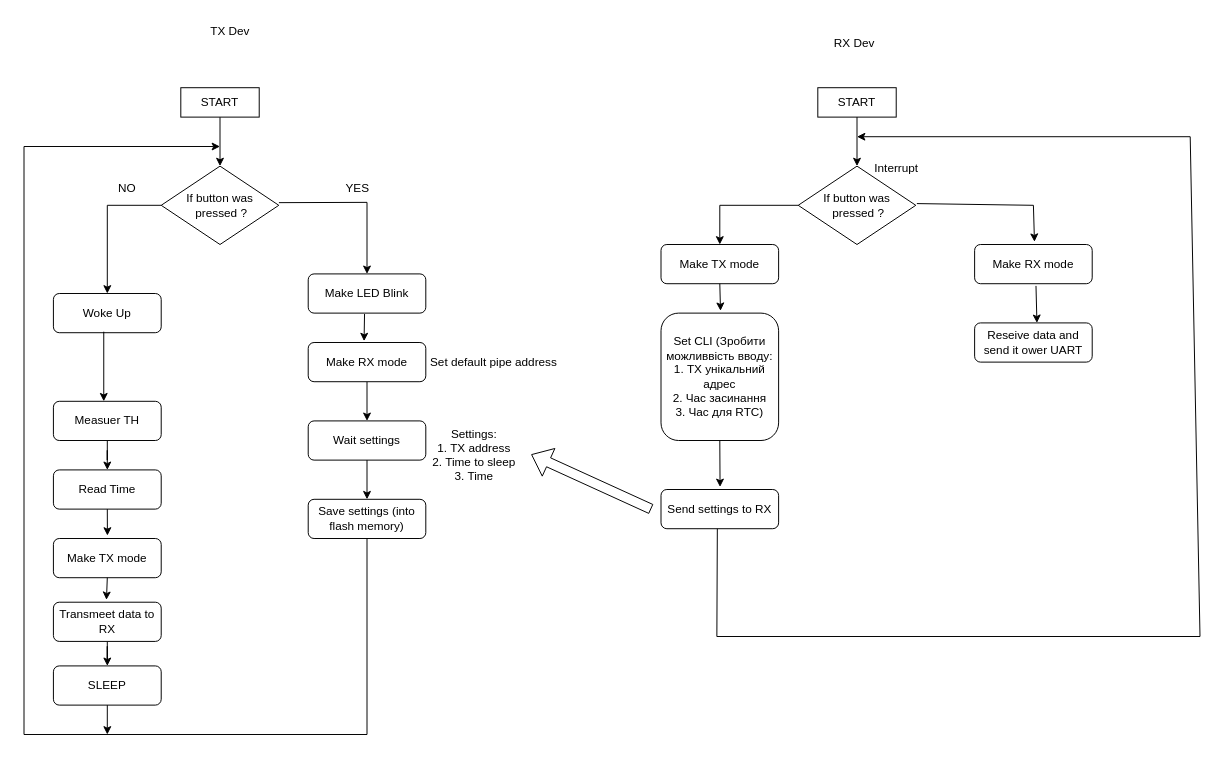
OlegDemk/stm32F401CCU_NTF24L01_RX_TX_Sleep keeps this draw.io diagram as Diagram.drawio. Above is the earlier version. Source tidied: cells renumbered, new cells numbered last; positions are measured from the earlier drawing's top-left corner, leaving out a move shared by most shapes. Both pictures are drawn from the tidied source at 98%, with x=0, y=0 at pixel (24, 17).
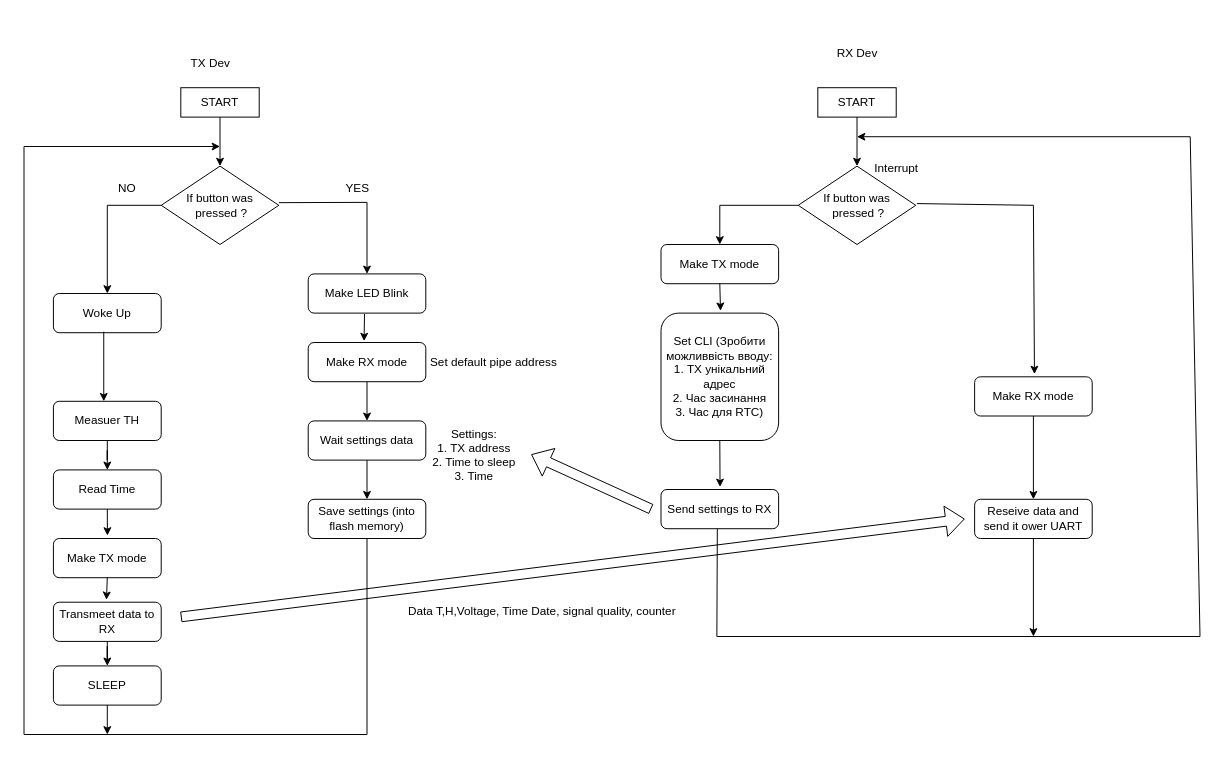
The same diagram, later.

Change to the diagram source:
```diff
@@
-    <mxCell id="9" value="Wait settings" style="rounded=1;whiteSpace=wrap;html=1;" parent="1" vertex="1">
+    <mxCell id="9" value="Wait settings data" style="rounded=1;whiteSpace=wrap;html=1;" parent="1" vertex="1">
       <mxGeometry x="290" y="412" width="120" height="40" as="geometry" />
     </mxCell>
@@
     <mxCell id="21" value="TX Dev" style="text;html=1;align=center;verticalAlign=middle;strokeColor=none;fillColor=none;" parent="1" vertex="1">
-      <mxGeometry x="180" width="60" height="30" as="geometry" />
+      <mxGeometry x="160" y="32" width="60" height="30" as="geometry" />
     </mxCell>
     <mxCell id="22" value="RX Dev" style="text;html=1;align=center;verticalAlign=middle;strokeColor=none;fillColor=none;" parent="1" vertex="1">
-      <mxGeometry x="817" y="12" width="60" height="30" as="geometry" />
+      <mxGeometry x="820" y="22" width="60" height="30" as="geometry" />
     </mxCell>
@@
     <mxCell id="36" value="Make RX mode" style="rounded=1;whiteSpace=wrap;html=1;" parent="1" vertex="1">
-      <mxGeometry x="970" y="232" width="120" height="40" as="geometry" />
+      <mxGeometry x="970" y="367" width="120" height="40" as="geometry" />
     </mxCell>
@@
     <mxCell id="38" value="Reseive data and send it ower UART" style="rounded=1;whiteSpace=wrap;html=1;" parent="1" vertex="1">
-      <mxGeometry x="970" y="312" width="120" height="40" as="geometry" />
+      <mxGeometry x="970" y="492" width="120" height="40" as="geometry" />
     </mxCell>
-    <mxCell id="39" style="endArrow=classic;html=1;rounded=0;entryX=0.53;entryY=0;entryDx=0;entryDy=0;entryPerimeter=0;exitX=0.522;exitY=1.056;exitDx=0;exitDy=0;exitPerimeter=0;" parent="1" edge="1" source="36" target="38">
-      <mxGeometry relative="1" as="geometry" />
-    </mxCell>
@@
+    <mxCell id="49" style="endArrow=classic;html=1;rounded=0;exitX=0.5;exitY=1;exitDx=0;exitDy=0;" parent="1" edge="1" source="38">
+      <mxGeometry relative="1" as="geometry">
+        <mxPoint x="1030" y="632" as="targetPoint" />
+      </mxGeometry>
+    </mxCell>
+    <mxCell id="39" style="endArrow=classic;html=1;rounded=0;exitX=0.5;exitY=1;exitDx=0;exitDy=0;entryX=0.5;entryY=0;entryDx=0;entryDy=0;" parent="1" edge="1" source="36" target="38">
+      <mxGeometry relative="1" as="geometry" />
+    </mxCell>
+    <mxCell id="50" style="shape=flexArrow;endArrow=classic;html=1;rounded=0;" parent="1" edge="1">
+      <mxGeometry relative="1" as="geometry">
+        <mxPoint x="160" y="612" as="sourcePoint" />
+        <mxPoint x="960" y="512" as="targetPoint" />
+      </mxGeometry>
+    </mxCell>
+    <mxCell id="51" value="Data T,H,Voltage, Time Date, signal quality, counter&amp;nbsp;" style="text;html=1;align=center;verticalAlign=middle;strokeColor=none;fillColor=none;" parent="1" vertex="1">
+      <mxGeometry x="380" y="592" width="300" height="30" as="geometry" />
+    </mxCell>
```
